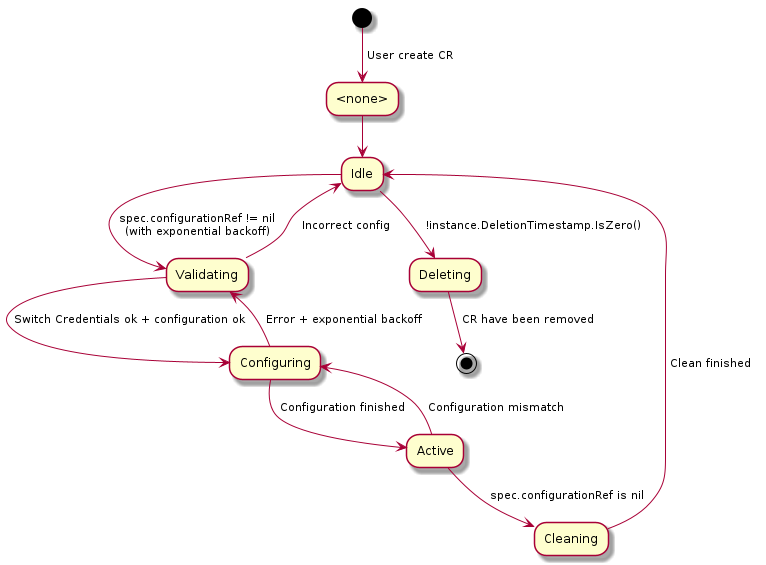
Before: docs/switch/state.png, a diagram exported from PlantUML (Hellcatlk/network-operator). Its source is kept beside it as docs/switch/state.plantuml. The source it was exported from:
```plantuml
@startuml state

(*) --> [ User create CR ] "<none>"

"<none>" --> "Idle"

"Idle" --> [ spec.configurationRef != nil\n (with exponential backoff)] "Validating"
"Idle" --> [ !instance.DeletionTimestamp.IsZero() ] "Deleting"

"Validating" --> [ Switch Credentials ok + configuration ok ] "Configuring"
"Validating" --> [ Incorrect config ] "Idle"

"Configuring" --> [ Configuration finished ] "Active"
"Configuring" --> [ Error + exponential backoff ] "Validating"

"Active" --> [ Configuration mismatch ] "Configuring"
"Active" --> [ spec.configurationRef is nil ] "Cleaning"

"Cleaning" --> [ Clean finished ] "Idle"

"Deleting" --> [ CR have been removed ] (*)

@enduml
```
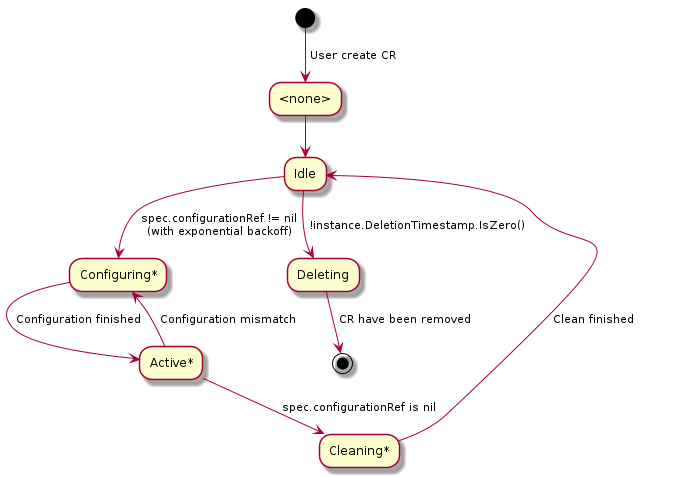
Above is the later version.

The edit, as a diff of the source:
```diff
@@ -4,19 +4,15 @@
 
 "<none>" --> "Idle"
 
-"Idle" --> [ spec.configurationRef != nil\n (with exponential backoff)] "Validating"
+"Idle" --> [ spec.configurationRef != nil\n (with exponential backoff)] "Configuring*"
 "Idle" --> [ !instance.DeletionTimestamp.IsZero() ] "Deleting"
 
-"Validating" --> [ Switch Credentials ok + configuration ok ] "Configuring"
-"Validating" --> [ Incorrect config ] "Idle"
+"Configuring*" --> [ Configuration finished ] "Active*"
 
-"Configuring" --> [ Configuration finished ] "Active"
-"Configuring" --> [ Error + exponential backoff ] "Validating"
+"Active*" --> [ Configuration mismatch ] "Configuring*"
+"Active*" --> [ spec.configurationRef is nil ] "Cleaning*"
 
-"Active" --> [ Configuration mismatch ] "Configuring"
-"Active" --> [ spec.configurationRef is nil ] "Cleaning"
-
-"Cleaning" --> [ Clean finished ] "Idle"
+"Cleaning*" --> [ Clean finished ] "Idle"
 
 "Deleting" --> [ CR have been removed ] (*)
 
```
